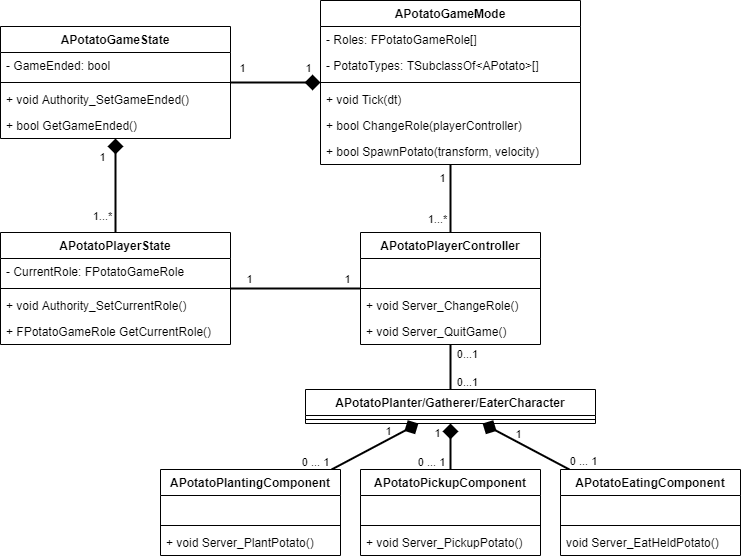
Before: diagram2.png, a diagram exported from draw.io (mathieucharron42/PotatoPlanterGathererEater). Source tidied: cells renumbered, new cells last; positions are measured from the earlier drawing's top-left corner, leaving out a move shared by most shapes. Source of this version:
```xml
<mxGraphModel>
  <root>
    <mxCell id="0" />
    <mxCell id="1" parent="0" />
    <mxCell id="2" style="rounded=0;jettySize=auto;html=1;endArrow=diamond;endFill=1;endSize=11;strokeWidth=2;shadow=0;" parent="1" edge="1" source="29" target="24">
      <mxGeometry x="0.6" y="9" relative="1" as="geometry" />
    </mxCell>
    <mxCell id="3" value="1...*" style="edgeLabel;html=1;align=center;verticalAlign=middle;labelBackgroundColor=none;" parent="2" vertex="1">
      <mxGeometry x="-0.62" y="-1" relative="1" as="geometry">
        <mxPoint x="-15" y="1" as="offset" />
      </mxGeometry>
    </mxCell>
    <mxCell id="4" value="1" style="edgeLabel;html=1;align=center;verticalAlign=middle;labelBackgroundColor=none;" parent="2" vertex="1">
      <mxGeometry x="0.61" y="2" relative="1" as="geometry">
        <mxPoint x="-12" as="offset" />
      </mxGeometry>
    </mxCell>
    <mxCell id="5" style="rounded=0;jettySize=auto;html=1;endArrow=diamond;endFill=1;strokeWidth=2;endSize=11;shadow=0;" parent="1" edge="1" source="24" target="17">
      <mxGeometry relative="1" as="geometry" />
    </mxCell>
    <mxCell id="6" value="1" style="edgeLabel;html=1;align=center;verticalAlign=middle;labelBackgroundColor=none;" parent="5" vertex="1">
      <mxGeometry x="-0.71" y="-2" relative="1" as="geometry">
        <mxPoint x="-2" y="-17" as="offset" />
      </mxGeometry>
    </mxCell>
    <mxCell id="7" value="1" style="edgeLabel;html=1;align=center;verticalAlign=middle;labelBackgroundColor=none;" parent="5" vertex="1">
      <mxGeometry x="0.79" y="3" relative="1" as="geometry">
        <mxPoint x="-2.2" y="-12" as="offset" />
      </mxGeometry>
    </mxCell>
    <mxCell id="8" style="edgeStyle=none;rounded=0;jettySize=auto;html=1;endArrow=none;endFill=0;endSize=11;strokeWidth=2;shadow=0;" parent="1" edge="1" source="34" target="17">
      <mxGeometry relative="1" as="geometry" />
    </mxCell>
    <mxCell id="9" value="1" style="edgeLabel;html=1;align=center;verticalAlign=middle;labelBackgroundColor=none;" parent="8" vertex="1">
      <mxGeometry x="0.65" relative="1" as="geometry">
        <mxPoint x="-9" y="1" as="offset" />
      </mxGeometry>
    </mxCell>
    <mxCell id="10" value="1...*" style="edgeLabel;html=1;align=center;verticalAlign=middle;labelBackgroundColor=none;" parent="8" vertex="1">
      <mxGeometry x="-0.51" relative="1" as="geometry">
        <mxPoint x="-14" y="3.2" as="offset" />
      </mxGeometry>
    </mxCell>
    <mxCell id="11" style="edgeStyle=none;rounded=0;jettySize=auto;html=1;endArrow=none;endFill=0;endSize=11;strokeWidth=2;shadow=0;" parent="1" edge="1" source="29" target="34">
      <mxGeometry relative="1" as="geometry" />
    </mxCell>
    <mxCell id="12" value="1" style="edgeLabel;html=1;align=center;verticalAlign=middle;labelBackgroundColor=none;" parent="11" vertex="1">
      <mxGeometry x="-0.72" y="1" relative="1" as="geometry">
        <mxPoint y="-9" as="offset" />
      </mxGeometry>
    </mxCell>
    <mxCell id="13" value="1" style="edgeLabel;html=1;align=center;verticalAlign=middle;labelBackgroundColor=none;" parent="11" vertex="1">
      <mxGeometry x="0.79" relative="1" as="geometry">
        <mxPoint y="-10" as="offset" />
      </mxGeometry>
    </mxCell>
    <mxCell id="14" style="edgeStyle=none;rounded=0;jettySize=auto;html=1;endArrow=none;endFill=0;endSize=11;strokeWidth=2;shadow=0;" parent="1" edge="1" source="48" target="34">
      <mxGeometry x="0.09" y="-26" relative="1" as="geometry" />
    </mxCell>
    <mxCell id="15" value="0...1" style="edgeLabel;html=1;align=center;verticalAlign=middle;labelBackgroundColor=none;" parent="14" vertex="1">
      <mxGeometry x="0.85" y="-2" relative="1" as="geometry">
        <mxPoint x="14" y="6.7" as="offset" />
      </mxGeometry>
    </mxCell>
    <mxCell id="16" value="0...1" style="edgeLabel;html=1;align=center;verticalAlign=middle;labelBackgroundColor=none;" parent="14" vertex="1">
      <mxGeometry x="-0.87" y="-1" relative="1" as="geometry">
        <mxPoint x="15" y="-4.3" as="offset" />
      </mxGeometry>
    </mxCell>
    <mxCell id="17" value="APotatoGameMode" style="swimlane;fontStyle=1;align=center;verticalAlign=top;horizontal=1;startSize=26;" parent="1" vertex="1">
      <mxGeometry x="320" width="260" height="164" as="geometry" />
    </mxCell>
    <mxCell id="18" value="- Roles: FPotatoGameRole[]" style="text;strokeColor=none;fillColor=none;align=left;verticalAlign=top;spacingLeft=4;spacingRight=4;overflow=hidden;" parent="17" vertex="1">
      <mxGeometry y="26" width="260" height="26" as="geometry" />
    </mxCell>
    <mxCell id="19" value="- PotatoTypes: TSubclassOf&lt;APotato&gt;[]" style="text;strokeColor=none;fillColor=none;align=left;verticalAlign=top;spacingLeft=4;spacingRight=4;overflow=hidden;" parent="17" vertex="1">
      <mxGeometry y="52" width="260" height="26" as="geometry" />
    </mxCell>
    <mxCell id="20" style="line;strokeWidth=1;fillColor=none;align=left;verticalAlign=middle;spacingTop=-1;spacingLeft=3;spacingRight=3;labelPosition=right;" parent="17" vertex="1">
      <mxGeometry y="78" width="260" height="8" as="geometry" />
    </mxCell>
    <mxCell id="21" value="+ void Tick(dt)" style="text;strokeColor=none;fillColor=none;align=left;verticalAlign=top;spacingLeft=4;spacingRight=4;overflow=hidden;" parent="17" vertex="1">
      <mxGeometry y="86" width="260" height="26" as="geometry" />
    </mxCell>
    <mxCell id="22" value="+ bool ChangeRole(playerController)&#10;" style="text;strokeColor=none;fillColor=none;align=left;verticalAlign=top;spacingLeft=4;spacingRight=4;overflow=hidden;" parent="17" vertex="1">
      <mxGeometry y="112" width="260" height="26" as="geometry" />
    </mxCell>
    <mxCell id="23" value="+ bool SpawnPotato(transform, velocity)" style="text;strokeColor=none;fillColor=none;align=left;verticalAlign=top;spacingLeft=4;spacingRight=4;overflow=hidden;" parent="17" vertex="1">
      <mxGeometry y="138" width="260" height="26" as="geometry" />
    </mxCell>
    <mxCell id="24" value="APotatoGameState" style="swimlane;fontStyle=1;align=center;verticalAlign=top;horizontal=1;startSize=26;" parent="1" vertex="1">
      <mxGeometry y="26" width="230" height="112" as="geometry" />
    </mxCell>
    <mxCell id="25" value="- GameEnded: bool" style="text;strokeColor=none;fillColor=none;align=left;verticalAlign=top;spacingLeft=4;spacingRight=4;overflow=hidden;" parent="24" vertex="1">
      <mxGeometry y="26" width="230" height="26" as="geometry" />
    </mxCell>
    <mxCell id="26" style="line;strokeWidth=1;fillColor=none;align=left;verticalAlign=middle;spacingTop=-1;spacingLeft=3;spacingRight=3;labelPosition=right;" parent="24" vertex="1">
      <mxGeometry y="52" width="230" height="8" as="geometry" />
    </mxCell>
    <mxCell id="27" value="+ void Authority_SetGameEnded()" style="text;strokeColor=none;fillColor=none;align=left;verticalAlign=top;spacingLeft=4;spacingRight=4;overflow=hidden;" parent="24" vertex="1">
      <mxGeometry y="60" width="230" height="26" as="geometry" />
    </mxCell>
    <mxCell id="28" value="+ bool GetGameEnded()" style="text;strokeColor=none;fillColor=none;align=left;verticalAlign=top;spacingLeft=4;spacingRight=4;overflow=hidden;" parent="24" vertex="1">
      <mxGeometry y="86" width="230" height="26" as="geometry" />
    </mxCell>
    <mxCell id="29" value="APotatoPlayerState" style="swimlane;fontStyle=1;align=center;verticalAlign=top;horizontal=1;startSize=26;" parent="1" vertex="1">
      <mxGeometry y="232" width="230" height="112" as="geometry" />
    </mxCell>
    <mxCell id="30" value="- CurrentRole: FPotatoGameRole" style="text;strokeColor=none;fillColor=none;align=left;verticalAlign=top;spacingLeft=4;spacingRight=4;overflow=hidden;" parent="29" vertex="1">
      <mxGeometry y="26" width="230" height="26" as="geometry" />
    </mxCell>
    <mxCell id="31" style="line;strokeWidth=1;fillColor=none;align=left;verticalAlign=middle;spacingTop=-1;spacingLeft=3;spacingRight=3;labelPosition=right;" parent="29" vertex="1">
      <mxGeometry y="52" width="230" height="8" as="geometry" />
    </mxCell>
    <mxCell id="32" value="+ void Authority_SetCurrentRole()" style="text;strokeColor=none;fillColor=none;align=left;verticalAlign=top;spacingLeft=4;spacingRight=4;overflow=hidden;" parent="29" vertex="1">
      <mxGeometry y="60" width="230" height="26" as="geometry" />
    </mxCell>
    <mxCell id="33" value="+ FPotatoGameRole GetCurrentRole()" style="text;strokeColor=none;fillColor=none;align=left;verticalAlign=top;spacingLeft=4;spacingRight=4;overflow=hidden;" parent="29" vertex="1">
      <mxGeometry y="86" width="230" height="26" as="geometry" />
    </mxCell>
    <mxCell id="34" value="APotatoPlayerController" style="swimlane;fontStyle=1;align=center;verticalAlign=top;horizontal=1;startSize=26;" parent="1" vertex="1">
      <mxGeometry x="360" y="232" width="180" height="112" as="geometry" />
    </mxCell>
    <mxCell id="35" value=" " style="text;strokeColor=none;fillColor=none;align=left;verticalAlign=top;spacingLeft=4;spacingRight=4;overflow=hidden;" parent="34" vertex="1">
      <mxGeometry y="26" width="180" height="26" as="geometry" />
    </mxCell>
    <mxCell id="36" style="line;strokeWidth=1;fillColor=none;align=left;verticalAlign=middle;spacingTop=-1;spacingLeft=3;spacingRight=3;labelPosition=right;" parent="34" vertex="1">
      <mxGeometry y="52" width="180" height="8" as="geometry" />
    </mxCell>
    <mxCell id="37" value="+ void Server_ChangeRole()" style="text;strokeColor=none;fillColor=none;align=left;verticalAlign=top;spacingLeft=4;spacingRight=4;overflow=hidden;" parent="34" vertex="1">
      <mxGeometry y="60" width="180" height="26" as="geometry" />
    </mxCell>
    <mxCell id="38" value="+ void Server_QuitGame()" style="text;strokeColor=none;fillColor=none;align=left;verticalAlign=top;spacingLeft=4;spacingRight=4;overflow=hidden;" parent="34" vertex="1">
      <mxGeometry y="86" width="180" height="26" as="geometry" />
    </mxCell>
    <mxCell id="39" style="rounded=0;jettySize=auto;html=1;endArrow=diamond;endFill=1;endSize=11;strokeWidth=2;shadow=0;" parent="1" edge="1" source="58" target="48">
      <mxGeometry x="0.6" y="9" relative="1" as="geometry" />
    </mxCell>
    <mxCell id="40" value="0 ... 1" style="edgeLabel;html=1;align=center;verticalAlign=middle;labelBackgroundColor=none;" parent="39" vertex="1">
      <mxGeometry x="-0.62" y="-1" relative="1" as="geometry">
        <mxPoint x="-33.6" y="1" as="offset" />
      </mxGeometry>
    </mxCell>
    <mxCell id="41" value="1" style="edgeLabel;html=1;align=center;verticalAlign=middle;labelBackgroundColor=none;" parent="39" vertex="1">
      <mxGeometry x="0.61" y="2" relative="1" as="geometry">
        <mxPoint x="-12" as="offset" />
      </mxGeometry>
    </mxCell>
    <mxCell id="42" style="rounded=0;jettySize=auto;html=1;endArrow=diamond;endFill=1;endSize=11;strokeWidth=2;shadow=0;" parent="1" edge="1" source="50" target="48">
      <mxGeometry x="0.6" y="9" relative="1" as="geometry" />
    </mxCell>
    <mxCell id="43" value="0 ... 1" style="edgeLabel;html=1;align=center;verticalAlign=middle;labelBackgroundColor=none;" parent="42" vertex="1">
      <mxGeometry x="-0.62" y="-1" relative="1" as="geometry">
        <mxPoint x="-21" y="1" as="offset" />
      </mxGeometry>
    </mxCell>
    <mxCell id="44" value="1" style="edgeLabel;html=1;align=center;verticalAlign=middle;labelBackgroundColor=none;" parent="42" vertex="1">
      <mxGeometry x="0.61" y="2" relative="1" as="geometry">
        <mxPoint x="-12" as="offset" />
      </mxGeometry>
    </mxCell>
    <mxCell id="45" style="rounded=0;jettySize=auto;html=1;endArrow=diamond;endFill=1;endSize=11;strokeWidth=2;shadow=0;" parent="1" edge="1" source="54" target="48">
      <mxGeometry x="0.6" y="9" relative="1" as="geometry" />
    </mxCell>
    <mxCell id="46" value="0 ... 1" style="edgeLabel;html=1;align=center;verticalAlign=middle;labelBackgroundColor=none;" parent="45" vertex="1">
      <mxGeometry x="-0.62" y="-1" relative="1" as="geometry">
        <mxPoint x="29.7" y="1" as="offset" />
      </mxGeometry>
    </mxCell>
    <mxCell id="47" value="1" style="edgeLabel;html=1;align=center;verticalAlign=middle;labelBackgroundColor=none;" parent="45" vertex="1">
      <mxGeometry x="0.61" y="2" relative="1" as="geometry">
        <mxPoint x="19.1" y="-0.7" as="offset" />
      </mxGeometry>
    </mxCell>
    <mxCell id="48" value="APotatoPlanter/Gatherer/EaterCharacter" style="swimlane;fontStyle=1;align=center;verticalAlign=top;horizontal=1;startSize=26;" parent="1" vertex="1">
      <mxGeometry x="305" y="389" width="290" height="34" as="geometry" />
    </mxCell>
    <mxCell id="49" style="line;strokeWidth=1;fillColor=none;align=left;verticalAlign=middle;spacingTop=-1;spacingLeft=3;spacingRight=3;labelPosition=right;" parent="48" vertex="1">
      <mxGeometry y="26" width="290" height="8" as="geometry" />
    </mxCell>
    <mxCell id="50" value="APotatoPickupComponent" style="swimlane;fontStyle=1;align=center;verticalAlign=top;horizontal=1;startSize=26;" parent="1" vertex="1">
      <mxGeometry x="360" y="469" width="180" height="86" as="geometry" />
    </mxCell>
    <mxCell id="51" value=" " style="text;strokeColor=none;fillColor=none;align=left;verticalAlign=top;spacingLeft=4;spacingRight=4;overflow=hidden;" parent="50" vertex="1">
      <mxGeometry y="26" width="180" height="26" as="geometry" />
    </mxCell>
    <mxCell id="52" style="line;strokeWidth=1;fillColor=none;align=left;verticalAlign=middle;spacingTop=-1;spacingLeft=3;spacingRight=3;labelPosition=right;" parent="50" vertex="1">
      <mxGeometry y="52" width="180" height="8" as="geometry" />
    </mxCell>
    <mxCell id="53" value="+ void Server_PickupPotato()" style="text;strokeColor=none;fillColor=none;align=left;verticalAlign=top;spacingLeft=4;spacingRight=4;overflow=hidden;" parent="50" vertex="1">
      <mxGeometry y="60" width="180" height="26" as="geometry" />
    </mxCell>
    <mxCell id="54" value="APotatoEatingComponent" style="swimlane;fontStyle=1;align=center;verticalAlign=top;horizontal=1;startSize=26;" parent="1" vertex="1">
      <mxGeometry x="560" y="469" width="180" height="86" as="geometry" />
    </mxCell>
    <mxCell id="55" value=" " style="text;strokeColor=none;fillColor=none;align=left;verticalAlign=top;spacingLeft=4;spacingRight=4;overflow=hidden;" parent="54" vertex="1">
      <mxGeometry y="26" width="180" height="26" as="geometry" />
    </mxCell>
    <mxCell id="56" style="line;strokeWidth=1;fillColor=none;align=left;verticalAlign=middle;spacingTop=-1;spacingLeft=3;spacingRight=3;labelPosition=right;" parent="54" vertex="1">
      <mxGeometry y="52" width="180" height="8" as="geometry" />
    </mxCell>
    <mxCell id="57" value="void Server_EatHeldPotato()" style="text;strokeColor=none;fillColor=none;align=left;verticalAlign=top;spacingLeft=4;spacingRight=4;overflow=hidden;" parent="54" vertex="1">
      <mxGeometry y="60" width="180" height="26" as="geometry" />
    </mxCell>
    <mxCell id="58" value="APotatoPlantingComponent" style="swimlane;fontStyle=1;align=center;verticalAlign=top;horizontal=1;startSize=26;" parent="1" vertex="1">
      <mxGeometry x="160" y="469" width="180" height="86" as="geometry" />
    </mxCell>
    <mxCell id="59" value=" " style="text;strokeColor=none;fillColor=none;align=left;verticalAlign=top;spacingLeft=4;spacingRight=4;overflow=hidden;" parent="58" vertex="1">
      <mxGeometry y="26" width="180" height="26" as="geometry" />
    </mxCell>
    <mxCell id="60" style="line;strokeWidth=1;fillColor=none;align=left;verticalAlign=middle;spacingTop=-1;spacingLeft=3;spacingRight=3;labelPosition=right;" parent="58" vertex="1">
      <mxGeometry y="52" width="180" height="8" as="geometry" />
    </mxCell>
    <mxCell id="61" value="+ void Server_PlantPotato()" style="text;strokeColor=none;fillColor=none;align=left;verticalAlign=top;spacingLeft=4;spacingRight=4;overflow=hidden;" parent="58" vertex="1">
      <mxGeometry y="60" width="180" height="26" as="geometry" />
    </mxCell>
  </root>
</mxGraphModel>
```
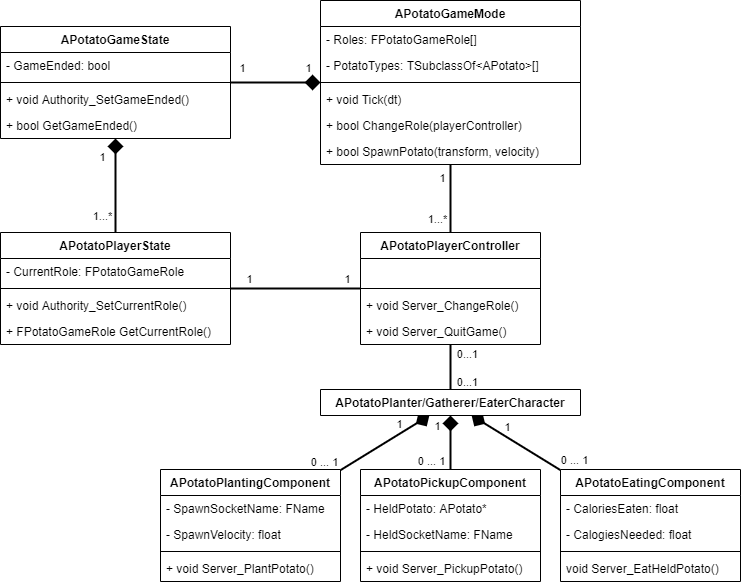
Above is the later version.

What changed in the source:
```diff
@@ -172,47 +172,53 @@
         <mxPoint x="19.1" y="-0.7" as="offset" />
       </mxGeometry>
     </mxCell>
-    <mxCell id="48" value="APotatoPlanter/Gatherer/EaterCharacter" style="swimlane;fontStyle=1;align=center;verticalAlign=top;horizontal=1;startSize=26;" parent="1" vertex="1">
-      <mxGeometry x="305" y="389" width="290" height="34" as="geometry" />
-    </mxCell>
-    <mxCell id="49" style="line;strokeWidth=1;fillColor=none;align=left;verticalAlign=middle;spacingTop=-1;spacingLeft=3;spacingRight=3;labelPosition=right;" parent="48" vertex="1">
-      <mxGeometry y="26" width="290" height="8" as="geometry" />
-    </mxCell>
     <mxCell id="50" value="APotatoPickupComponent" style="swimlane;fontStyle=1;align=center;verticalAlign=top;horizontal=1;startSize=26;" parent="1" vertex="1">
-      <mxGeometry x="360" y="469" width="180" height="86" as="geometry" />
+      <mxGeometry x="360" y="469" width="180" height="112" as="geometry" />
     </mxCell>
-    <mxCell id="51" value=" " style="text;strokeColor=none;fillColor=none;align=left;verticalAlign=top;spacingLeft=4;spacingRight=4;overflow=hidden;" parent="50" vertex="1">
+    <mxCell id="51" value="- HeldPotato: APotato*" style="text;strokeColor=none;fillColor=none;align=left;verticalAlign=top;spacingLeft=4;spacingRight=4;overflow=hidden;" parent="50" vertex="1">
       <mxGeometry y="26" width="180" height="26" as="geometry" />
     </mxCell>
+    <mxCell id="62" value="- HeldSocketName: FName" style="text;strokeColor=none;fillColor=none;align=left;verticalAlign=top;spacingLeft=4;spacingRight=4;overflow=hidden;" parent="50" vertex="1">
+      <mxGeometry y="52" width="180" height="26" as="geometry" />
+    </mxCell>
     <mxCell id="52" style="line;strokeWidth=1;fillColor=none;align=left;verticalAlign=middle;spacingTop=-1;spacingLeft=3;spacingRight=3;labelPosition=right;" parent="50" vertex="1">
-      <mxGeometry y="52" width="180" height="8" as="geometry" />
+      <mxGeometry y="78" width="180" height="8" as="geometry" />
     </mxCell>
     <mxCell id="53" value="+ void Server_PickupPotato()" style="text;strokeColor=none;fillColor=none;align=left;verticalAlign=top;spacingLeft=4;spacingRight=4;overflow=hidden;" parent="50" vertex="1">
-      <mxGeometry y="60" width="180" height="26" as="geometry" />
+      <mxGeometry y="86" width="180" height="26" as="geometry" />
     </mxCell>
     <mxCell id="54" value="APotatoEatingComponent" style="swimlane;fontStyle=1;align=center;verticalAlign=top;horizontal=1;startSize=26;" parent="1" vertex="1">
-      <mxGeometry x="560" y="469" width="180" height="86" as="geometry" />
+      <mxGeometry x="560" y="469" width="180" height="112" as="geometry" />
     </mxCell>
-    <mxCell id="55" value=" " style="text;strokeColor=none;fillColor=none;align=left;verticalAlign=top;spacingLeft=4;spacingRight=4;overflow=hidden;" parent="54" vertex="1">
+    <mxCell id="55" value="- CaloriesEaten: float" style="text;strokeColor=none;fillColor=none;align=left;verticalAlign=top;spacingLeft=4;spacingRight=4;overflow=hidden;" parent="54" vertex="1">
       <mxGeometry y="26" width="180" height="26" as="geometry" />
     </mxCell>
+    <mxCell id="63" value="- CalogiesNeeded: float" style="text;strokeColor=none;fillColor=none;align=left;verticalAlign=top;spacingLeft=4;spacingRight=4;overflow=hidden;" parent="54" vertex="1">
+      <mxGeometry y="52" width="180" height="26" as="geometry" />
+    </mxCell>
     <mxCell id="56" style="line;strokeWidth=1;fillColor=none;align=left;verticalAlign=middle;spacingTop=-1;spacingLeft=3;spacingRight=3;labelPosition=right;" parent="54" vertex="1">
-      <mxGeometry y="52" width="180" height="8" as="geometry" />
+      <mxGeometry y="78" width="180" height="8" as="geometry" />
     </mxCell>
     <mxCell id="57" value="void Server_EatHeldPotato()" style="text;strokeColor=none;fillColor=none;align=left;verticalAlign=top;spacingLeft=4;spacingRight=4;overflow=hidden;" parent="54" vertex="1">
-      <mxGeometry y="60" width="180" height="26" as="geometry" />
+      <mxGeometry y="86" width="180" height="26" as="geometry" />
     </mxCell>
     <mxCell id="58" value="APotatoPlantingComponent" style="swimlane;fontStyle=1;align=center;verticalAlign=top;horizontal=1;startSize=26;" parent="1" vertex="1">
-      <mxGeometry x="160" y="469" width="180" height="86" as="geometry" />
+      <mxGeometry x="160" y="469" width="180" height="112" as="geometry" />
     </mxCell>
-    <mxCell id="59" value=" " style="text;strokeColor=none;fillColor=none;align=left;verticalAlign=top;spacingLeft=4;spacingRight=4;overflow=hidden;" parent="58" vertex="1">
+    <mxCell id="59" value="- SpawnSocketName: FName" style="text;strokeColor=none;fillColor=none;align=left;verticalAlign=top;spacingLeft=4;spacingRight=4;overflow=hidden;" parent="58" vertex="1">
       <mxGeometry y="26" width="180" height="26" as="geometry" />
     </mxCell>
+    <mxCell id="64" value="- SpawnVelocity: float" style="text;strokeColor=none;fillColor=none;align=left;verticalAlign=top;spacingLeft=4;spacingRight=4;overflow=hidden;" parent="58" vertex="1">
+      <mxGeometry y="52" width="180" height="26" as="geometry" />
+    </mxCell>
     <mxCell id="60" style="line;strokeWidth=1;fillColor=none;align=left;verticalAlign=middle;spacingTop=-1;spacingLeft=3;spacingRight=3;labelPosition=right;" parent="58" vertex="1">
-      <mxGeometry y="52" width="180" height="8" as="geometry" />
+      <mxGeometry y="78" width="180" height="8" as="geometry" />
     </mxCell>
     <mxCell id="61" value="+ void Server_PlantPotato()" style="text;strokeColor=none;fillColor=none;align=left;verticalAlign=top;spacingLeft=4;spacingRight=4;overflow=hidden;" parent="58" vertex="1">
-      <mxGeometry y="60" width="180" height="26" as="geometry" />
+      <mxGeometry y="86" width="180" height="26" as="geometry" />
     </mxCell>
+    <mxCell id="48" value="APotatoPlanter/Gatherer/EaterCharacter" style="swimlane;fontStyle=1;align=center;verticalAlign=top;horizontal=1;startSize=26;" parent="1" vertex="1" collapsed="1">
+      <mxGeometry x="320" y="389" width="260" height="26" as="geometry" />
+    </mxCell>
   </root>
 </mxGraphModel>
```
